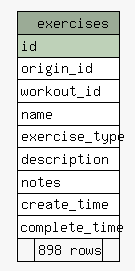
The Graphviz diagram dbDocs/diagrams/summary/exercises.1degree.png in btv/DED_backend, before a commit. Its source is kept beside it as dbDocs/diagrams/summary/exercises.1degree.dot.
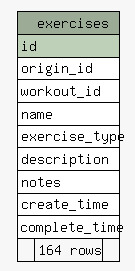
The same diagram one commit later.

Change to the diagram source:
```diff
@@ -28,7 +28,7 @@
       <TR><TD PORT="notes" COLSPAN="3" ALIGN="LEFT">notes</TD></TR>
       <TR><TD PORT="create_time" COLSPAN="3" ALIGN="LEFT">create_time</TD></TR>
       <TR><TD PORT="complete_time" COLSPAN="3" ALIGN="LEFT">complete_time</TD></TR>
-      <TR><TD ALIGN="LEFT" BGCOLOR="#f7f7f7">  </TD><TD ALIGN="RIGHT" BGCOLOR="#f7f7f7">898 rows</TD><TD ALIGN="RIGHT" BGCOLOR="#f7f7f7">  </TD></TR>
+      <TR><TD ALIGN="LEFT" BGCOLOR="#f7f7f7">  </TD><TD ALIGN="RIGHT" BGCOLOR="#f7f7f7">164 rows</TD><TD ALIGN="RIGHT" BGCOLOR="#f7f7f7">  </TD></TR>
     </TABLE>>
     URL="tables/exercises.html"
     tooltip="exercises"
```
